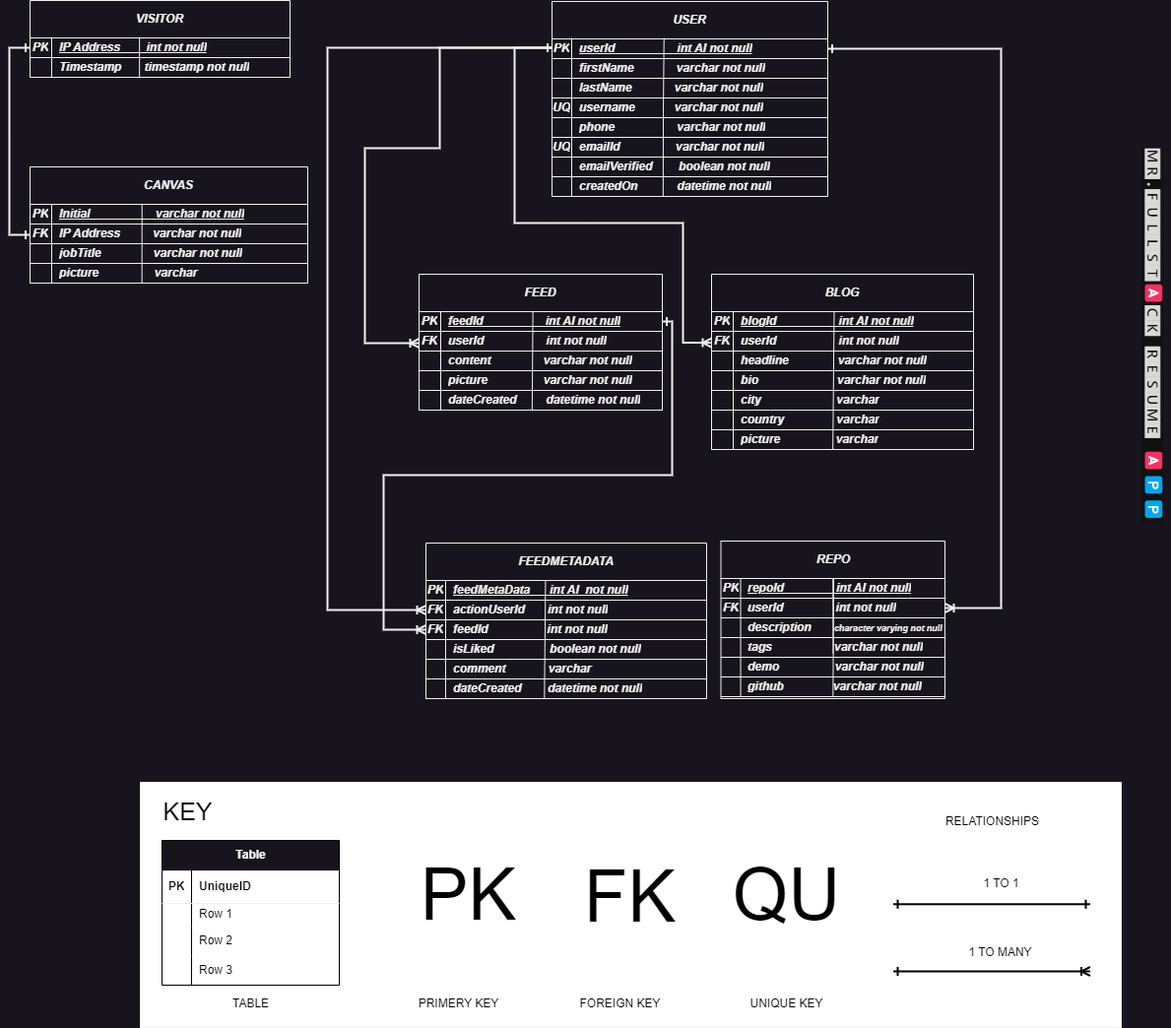
KedarDev/Mr.FullStack keeps this draw.io diagram as Images/MRFULLSTACK DB DIAGRAM PNG.png. Above is the earlier version. Source tidied: cells renumbered, new cells last; positions are measured from the earlier drawing's top-left corner, leaving out a move shared by most shapes.
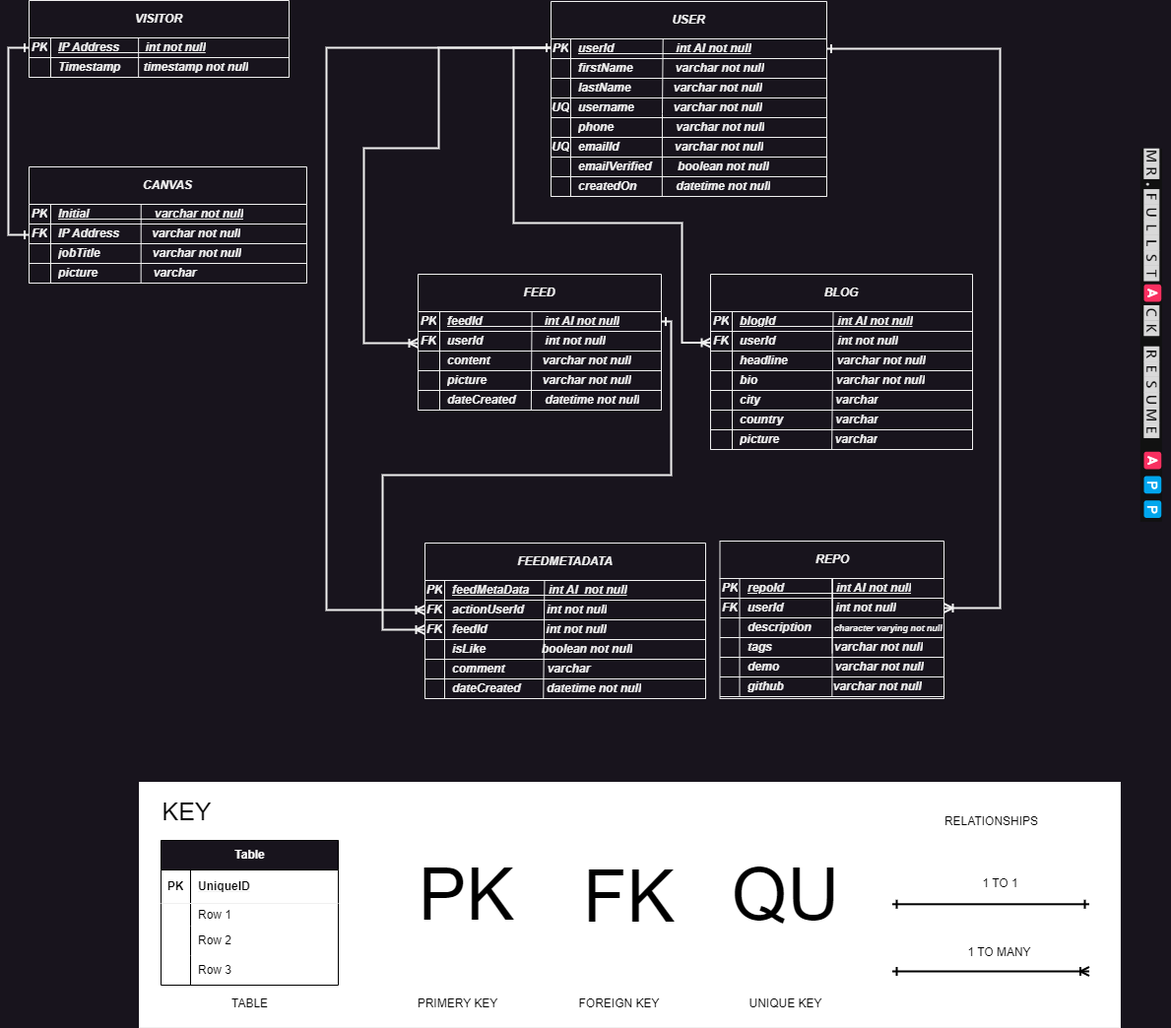
After the commit.

Change to the diagram source:
```diff
@@ -451,3 +451,3 @@
     </mxCell>
-    <mxCell id="132" value="&lt;b style=&quot;&quot;&gt;&lt;i&gt;isLiked&amp;nbsp; &amp;nbsp; &amp;nbsp; &amp;nbsp; &amp;nbsp; &amp;nbsp; &amp;nbsp; &amp;nbsp; &amp;nbsp;boolean not null&lt;/i&gt;&lt;/b&gt;" style="shape=partialRectangle;fillColor=none;top=0;left=0;bottom=0;right=0;align=left;spacingLeft=6;overflow=hidden;html=1;whiteSpace=wrap;" parent="130" vertex="1">
+    <mxCell id="132" value="&lt;b style=&quot;&quot;&gt;&lt;i&gt;isLike&amp;nbsp; &amp;nbsp; &amp;nbsp; &amp;nbsp; &amp;nbsp; &amp;nbsp; &amp;nbsp; &amp;nbsp; &amp;nbsp;boolean not null&lt;/i&gt;&lt;/b&gt;" style="shape=partialRectangle;fillColor=none;top=0;left=0;bottom=0;right=0;align=left;spacingLeft=6;overflow=hidden;html=1;whiteSpace=wrap;" parent="130" vertex="1">
       <mxGeometry x="20" width="265" height="20" as="geometry" />
@@ -557,3 +557,3 @@
     </mxCell>
-    <mxCell id="165" value="&lt;div style=&quot;color: rgb(217, 217, 217); background-color: rgb(17, 17, 17); font-family: &amp;quot;Cascadia Code&amp;quot;, &amp;quot;Fira Code&amp;quot;, Consolas, &amp;quot;Courier New&amp;quot;, monospace; line-height: 19px;&quot;&gt;&lt;font style=&quot;font-size: 18px;&quot;&gt;🅼🆁.🅵🆄🅻🅻🆂🆃🅰🅲🅺 🆁🅴🆂🆄🅼🅴 🅰🅿🅿&lt;/font&gt;&lt;/div&gt;" style="text;whiteSpace=wrap;html=1;rotation=90;" parent="1" vertex="1">
+    <mxCell id="165" value="&lt;div style=&quot;font-family: &amp;quot;Cascadia Code&amp;quot;, &amp;quot;Fira Code&amp;quot;, Consolas, &amp;quot;Courier New&amp;quot;, monospace; line-height: 19px; color: rgb(217, 217, 217); background-color: rgb(17, 17, 17);&quot;&gt;&lt;font style=&quot;font-size: 18px;&quot;&gt;🅼🆁.🅵🆄🅻🅻🆂🆃🅰🅲🅺 🆁🅴🆂🆄🅼🅴 🅰🅿🅿&lt;/font&gt;&lt;/div&gt;" style="text;whiteSpace=wrap;html=1;rotation=90;" parent="1" vertex="1">
       <mxGeometry x="753.8" y="526.4" width="802.9" height="47.6" as="geometry" />
```
